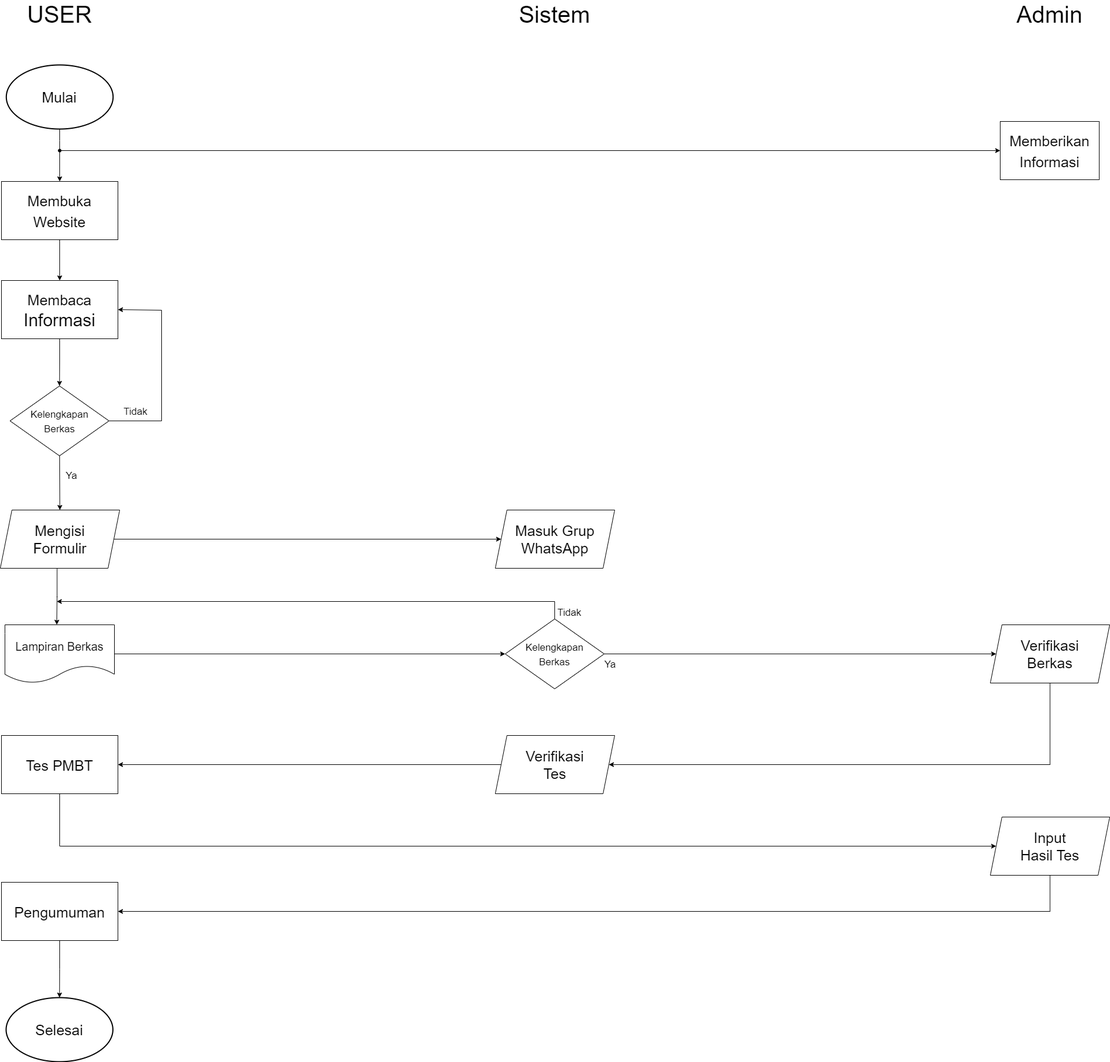
This is Flowchart.drawio.png from alfajri15/Flowchart, a draw.io export, as it was before one commit. Source tidied: cells renumbered, new cells last; positions are measured from the earlier drawing's top-left corner, leaving out a move shared by most shapes.
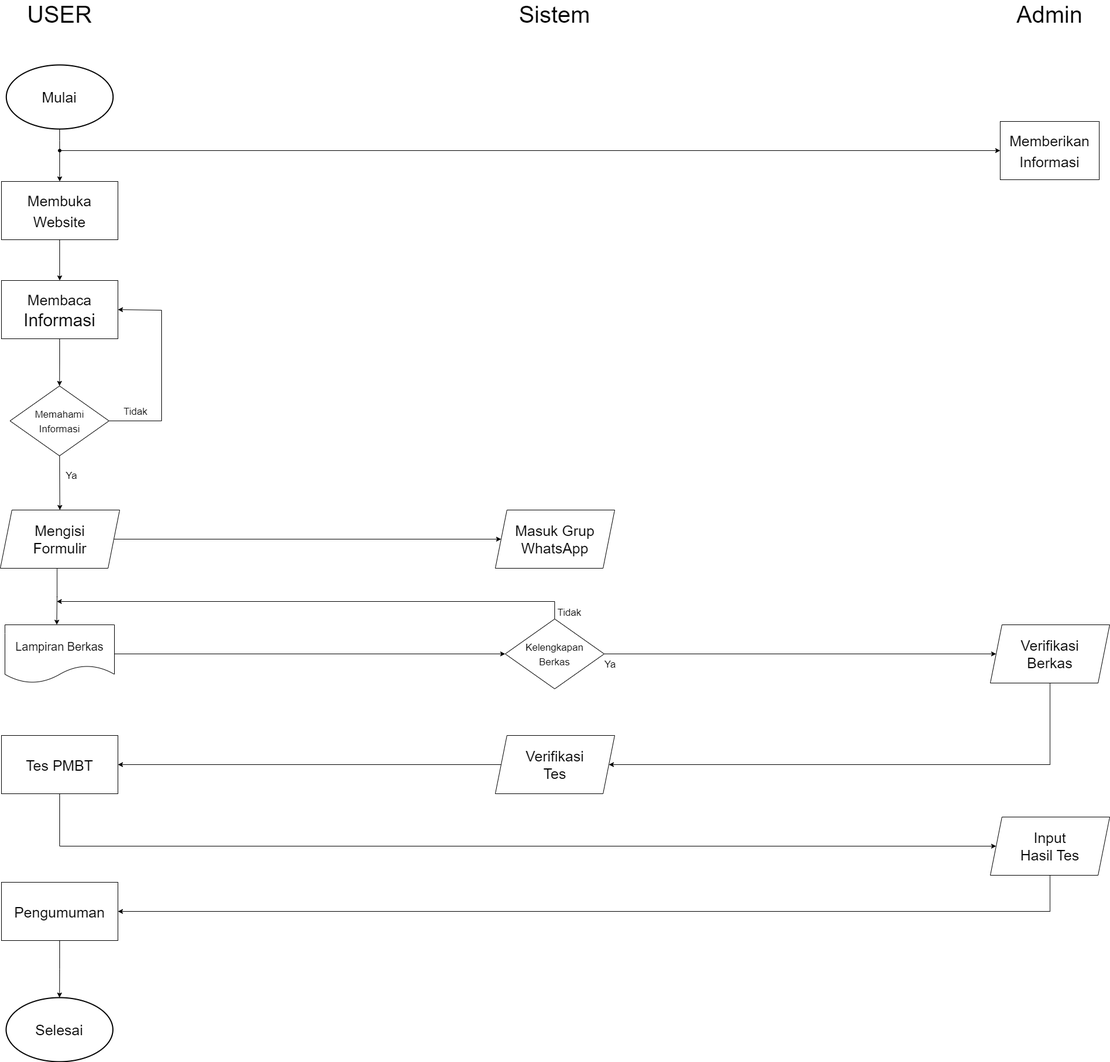
Above is the later version.

What changed in the source:
```diff
@@ -131,7 +131,7 @@
     <mxCell id="36" value="Ya" style="text;html=1;align=center;verticalAlign=middle;strokeColor=none;fillColor=none;fontSize=17;" parent="1" vertex="1">
       <mxGeometry x="1027" y="1117" width="40" height="30" as="geometry" />
     </mxCell>
-    <mxCell id="37" value="&lt;font style=&quot;font-size: 17px;&quot;&gt;Kelengkapan&lt;br&gt;Berkas&lt;/font&gt;" style="rhombus;whiteSpace=wrap;html=1;fontSize=20;" parent="1" vertex="1">
+    <mxCell id="37" value="&lt;span style=&quot;font-size: 17px;&quot;&gt;Memahami &lt;br&gt;Informasi&lt;/span&gt;" style="rhombus;whiteSpace=wrap;html=1;fontSize=20;" parent="1" vertex="1">
       <mxGeometry x="16.7" y="653" width="170" height="120" as="geometry" />
     </mxCell>
     <mxCell id="38" style="endArrow=classic;html=1;rounded=0;" parent="1" edge="1" source="37" target="11">
```
